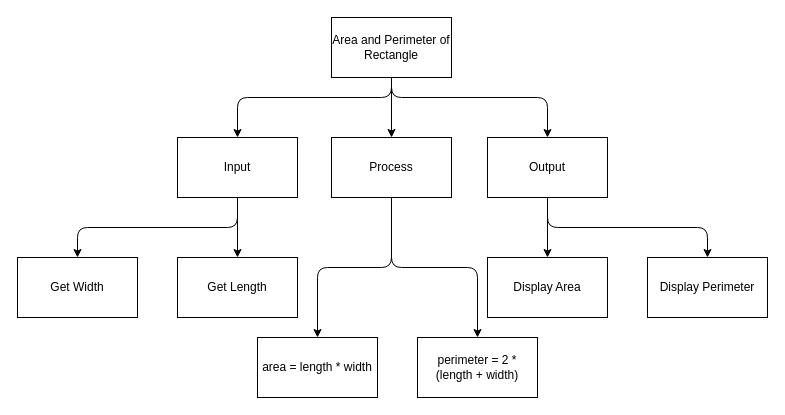
This is design.drawio from Samuel-Webster-178/ICS3U-Unit2-Unit2-02-Python, a draw.io file, before an edit. Source tidied: cells renumbered, new cells numbered last; positions are measured from the earlier drawing's top-left corner, leaving out a move shared by most shapes. Both pictures are drawn from the tidied source at 100%, with x=0, y=0 at pixel (17, 17).
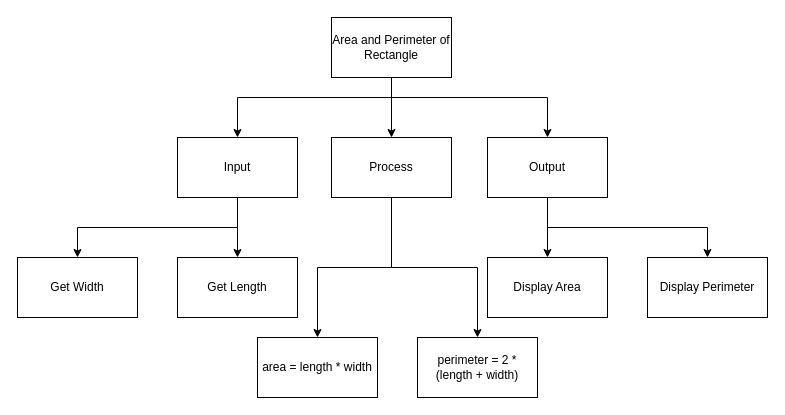
After the change.

The change refers to these unchanged cells:
```xml
<mxCell id="5" value="Area and Perimeter of Rectangle" style="rounded=0;whiteSpace=wrap;html=1;" parent="1" vertex="1">
  <mxGeometry x="314" width="120" height="60" as="geometry" />
</mxCell>
<mxCell id="8" value="Process" style="rounded=0;whiteSpace=wrap;html=1;" parent="1" vertex="1">
  <mxGeometry x="314" y="120" width="120" height="60" as="geometry" />
</mxCell>
<mxCell id="11" value="Input" style="rounded=0;whiteSpace=wrap;html=1;" parent="1" vertex="1">
  <mxGeometry x="160" y="120" width="120" height="60" as="geometry" />
</mxCell>
<mxCell id="14" value="Output" style="rounded=0;whiteSpace=wrap;html=1;" parent="1" vertex="1">
  <mxGeometry x="470" y="120" width="120" height="60" as="geometry" />
</mxCell>
<mxCell id="16" value="Get Width" style="rounded=0;whiteSpace=wrap;html=1;" parent="1" vertex="1">
  <mxGeometry y="240" width="120" height="60" as="geometry" />
</mxCell>
<mxCell id="18" value="Display Perimeter" style="rounded=0;whiteSpace=wrap;html=1;" parent="1" vertex="1">
  <mxGeometry x="630" y="240" width="120" height="60" as="geometry" />
</mxCell>
<mxCell id="19" value="area = length * width" style="rounded=0;whiteSpace=wrap;html=1;" parent="1" vertex="1">
  <mxGeometry x="240" y="320" width="120" height="60" as="geometry" />
</mxCell>
<mxCell id="20" value="perimeter = 2 * (length + width)" style="rounded=0;whiteSpace=wrap;html=1;" parent="1" vertex="1">
  <mxGeometry x="400" y="320" width="120" height="60" as="geometry" />
</mxCell>
```

Diff of the diagram source:
```diff
@@
-    <mxCell id="3" style="edgeStyle=orthogonalEdgeStyle;html=1;entryX=0.5;entryY=0;entryDx=0;entryDy=0;" parent="1" edge="1" source="5" target="11">
+    <mxCell id="3" style="edgeStyle=orthogonalEdgeStyle;html=1;entryX=0.5;entryY=0;entryDx=0;entryDy=0;elbow=vertical;rounded=0;" parent="1" edge="1" source="5" target="11">
       <mxGeometry relative="1" as="geometry">
         <Array as="points">
           <mxPoint x="374" y="80" />
           <mxPoint x="220" y="80" />
         </Array>
       </mxGeometry>
     </mxCell>
-    <mxCell id="4" style="edgeStyle=orthogonalEdgeStyle;html=1;entryX=0.5;entryY=0;entryDx=0;entryDy=0;jumpStyle=none;" parent="1" edge="1" source="5" target="14">
+    <mxCell id="4" style="edgeStyle=orthogonalEdgeStyle;html=1;entryX=0.5;entryY=0;entryDx=0;entryDy=0;jumpStyle=none;rounded=0;" parent="1" edge="1" source="5" target="14">
       <mxGeometry relative="1" as="geometry">
         <Array as="points">
           <mxPoint x="374" y="80" />
           <mxPoint x="530" y="80" />
         </Array>
       </mxGeometry>
     </mxCell>
@@
-    <mxCell id="6" style="edgeStyle=orthogonalEdgeStyle;html=1;entryX=0.5;entryY=0;entryDx=0;entryDy=0;" parent="1" edge="1" source="8" target="19">
+    <mxCell id="6" style="edgeStyle=orthogonalEdgeStyle;html=1;entryX=0.5;entryY=0;entryDx=0;entryDy=0;rounded=0;" parent="1" edge="1" source="8" target="19">
       <mxGeometry relative="1" as="geometry" />
     </mxCell>
-    <mxCell id="7" style="edgeStyle=orthogonalEdgeStyle;html=1;entryX=0.5;entryY=0;entryDx=0;entryDy=0;" parent="1" edge="1" source="8" target="20">
+    <mxCell id="7" style="edgeStyle=orthogonalEdgeStyle;html=1;entryX=0.5;entryY=0;entryDx=0;entryDy=0;rounded=0;" parent="1" edge="1" source="8" target="20">
       <mxGeometry relative="1" as="geometry" />
     </mxCell>
@@
-    <mxCell id="10" style="edgeStyle=orthogonalEdgeStyle;html=1;entryX=0.5;entryY=0;entryDx=0;entryDy=0;" parent="1" edge="1" source="11" target="16">
+    <mxCell id="10" style="edgeStyle=orthogonalEdgeStyle;html=1;entryX=0.5;entryY=0;entryDx=0;entryDy=0;rounded=0;" parent="1" edge="1" source="11" target="16">
       <mxGeometry relative="1" as="geometry">
         <Array as="points">
           <mxPoint x="220" y="210" />
           <mxPoint x="60" y="210" />
         </Array>
       </mxGeometry>
     </mxCell>
@@
-    <mxCell id="13" style="edgeStyle=orthogonalEdgeStyle;html=1;entryX=0.5;entryY=0;entryDx=0;entryDy=0;" parent="1" edge="1" source="14" target="18">
+    <mxCell id="13" style="edgeStyle=orthogonalEdgeStyle;html=1;entryX=0.5;entryY=0;entryDx=0;entryDy=0;rounded=0;" parent="1" edge="1" source="14" target="18">
       <mxGeometry relative="1" as="geometry">
         <Array as="points">
           <mxPoint x="530" y="210" />
           <mxPoint x="690" y="210" />
         </Array>
       </mxGeometry>
     </mxCell>
```
